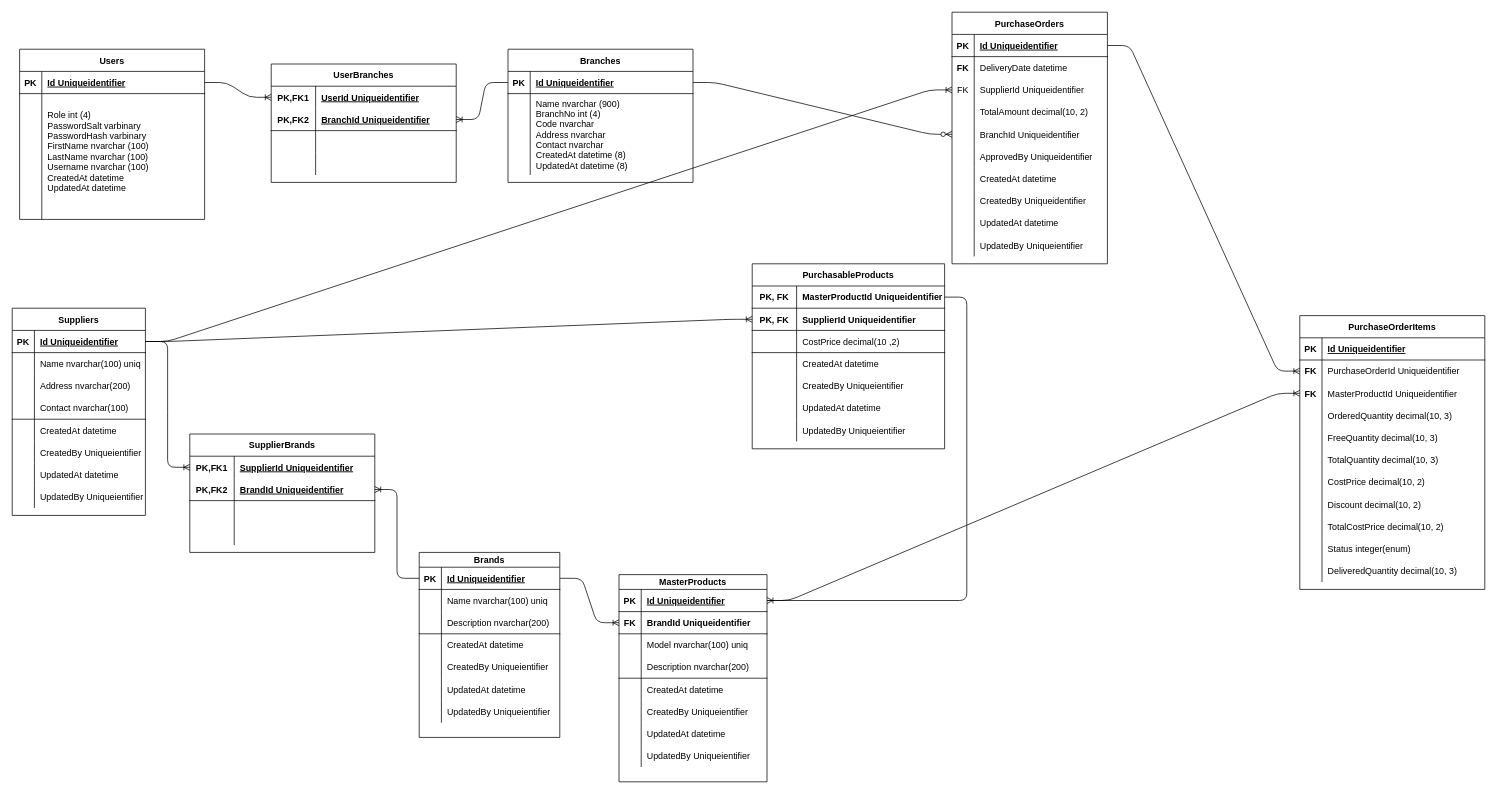
Before: diagrams/Database Diagram.drawio in inyormanjr/CA.ERP, a draw.io diagram. Source tidied: cells renumbered, new cells numbered last; positions are measured from the earlier drawing's top-left corner, leaving out a move shared by most shapes. Both pictures are drawn from the tidied source at 74%, with x=0, y=0 at pixel (12, 12).
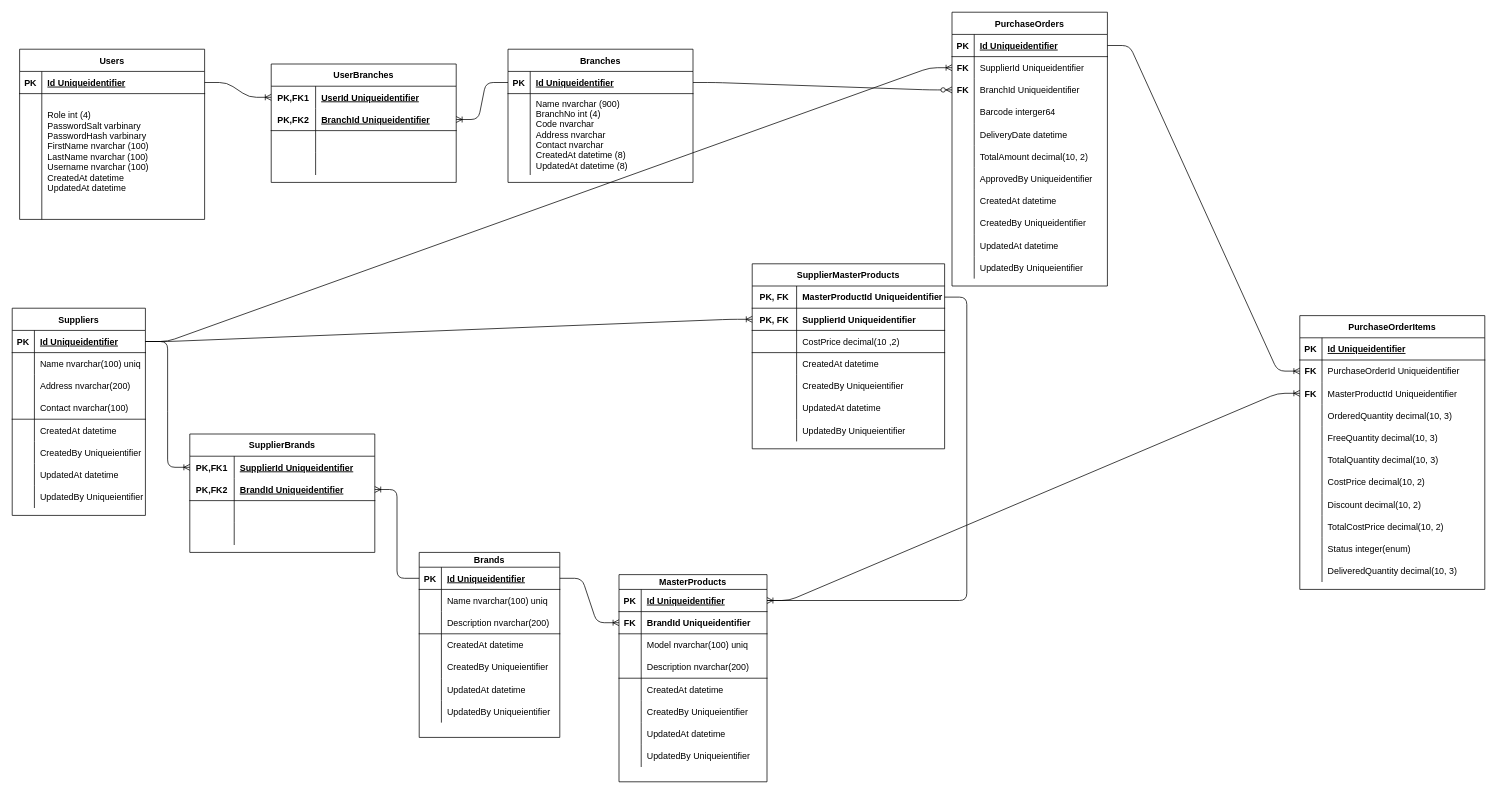
The same page after the edit.

What changed in the source:
```diff
@@
-    <mxCell id="78" value="PurchasableProducts" style="shape=table;startSize=30;childLayout=tableLayout;rowLines=0;fontStyle=1;align=center;" parent="1" vertex="1">
+    <mxCell id="78" value="SupplierMasterProducts" style="shape=table;startSize=30;childLayout=tableLayout;rowLines=0;fontStyle=1;align=center;" parent="1" vertex="1">
       <mxGeometry x="1000" y="340" width="260" height="250" as="geometry" />
     </mxCell>
@@
     <mxCell id="143" value="PurchaseOrders" style="shape=table;startSize=30;childLayout=tableLayout;rowLines=0;fontStyle=1;align=center;" parent="1" vertex="1">
-      <mxGeometry x="1270" width="210" height="340" as="geometry" />
+      <mxGeometry x="1270" width="210" height="370" as="geometry" />
     </mxCell>
@@
+    <mxCell id="150" style="shape=partialRectangle;fillColor=none;top=0;left=0;bottom=0;right=0;points=[[0,0.5],[1,0.5]];portConstraint=eastwest;" parent="143" vertex="1">
+      <mxGeometry y="60" width="210" height="30" as="geometry" />
+    </mxCell>
+    <mxCell id="151" value="FK" style="shape=partialRectangle;fillColor=none;top=0;left=0;bottom=0;right=0;overflow=hidden;fontStyle=1;" parent="150" vertex="1">
+      <mxGeometry width="30" height="30" as="geometry" />
+    </mxCell>
+    <mxCell id="152" value="SupplierId Uniqueidentifier" style="shape=partialRectangle;fillColor=none;top=0;left=0;bottom=0;right=0;align=left;spacingLeft=6;overflow=hidden;" parent="150" vertex="1">
+      <mxGeometry x="30" width="180" height="30" as="geometry" />
+    </mxCell>
+    <mxCell id="156" style="shape=partialRectangle;fillColor=none;top=0;left=0;bottom=0;right=0;points=[[0,0.5],[1,0.5]];portConstraint=eastwest;" parent="143" vertex="1">
+      <mxGeometry y="90" width="210" height="30" as="geometry" />
+    </mxCell>
+    <mxCell id="157" value="FK" style="shape=partialRectangle;fillColor=none;top=0;left=0;bottom=0;right=0;overflow=hidden;fontStyle=1;" parent="156" vertex="1">
+      <mxGeometry width="30" height="30" as="geometry" />
+    </mxCell>
+    <mxCell id="158" value="BranchId Uniqueidentifier" style="shape=partialRectangle;fillColor=none;top=0;left=0;bottom=0;right=0;align=left;spacingLeft=6;overflow=hidden;" parent="156" vertex="1">
+      <mxGeometry x="30" width="180" height="30" as="geometry" />
+    </mxCell>
+    <mxCell id="212" style="shape=partialRectangle;fillColor=none;top=0;left=0;bottom=0;right=0;" parent="143" vertex="1">
+      <mxGeometry y="120" width="210" height="30" as="geometry" />
+    </mxCell>
+    <mxCell id="213" style="shape=partialRectangle;fillColor=none;top=0;left=0;bottom=0;right=0;overflow=hidden;fontStyle=1;" parent="212" vertex="1">
+      <mxGeometry width="30" height="30" as="geometry" />
+    </mxCell>
+    <mxCell id="214" value="Barcode interger64" style="shape=partialRectangle;fillColor=none;top=0;left=0;bottom=0;right=0;align=left;spacingLeft=6;overflow=hidden;" parent="212" vertex="1">
+      <mxGeometry x="30" width="180" height="30" as="geometry" />
+    </mxCell>
     <mxCell id="147" style="shape=partialRectangle;fillColor=none;top=0;left=0;bottom=0;right=0;" parent="143" vertex="1">
-      <mxGeometry y="60" width="210" height="30" as="geometry" />
+      <mxGeometry y="150" width="210" height="30" as="geometry" />
     </mxCell>
-    <mxCell id="148" value="FK" style="shape=partialRectangle;fillColor=none;top=0;left=0;bottom=0;right=0;overflow=hidden;fontStyle=1;" parent="147" vertex="1">
+    <mxCell id="148" style="shape=partialRectangle;fillColor=none;top=0;left=0;bottom=0;right=0;overflow=hidden;fontStyle=1;" parent="147" vertex="1">
       <mxGeometry width="30" height="30" as="geometry" />
     </mxCell>
@@
-    <mxCell id="150" style="shape=partialRectangle;fillColor=none;top=0;left=0;bottom=0;right=0;points=[[0,0.5],[1,0.5]];portConstraint=eastwest;" parent="143" vertex="1">
-      <mxGeometry y="90" width="210" height="30" as="geometry" />
-    </mxCell>
-    <mxCell id="151" value="FK" style="shape=partialRectangle;fillColor=none;top=0;left=0;bottom=0;right=0;overflow=hidden;" parent="150" vertex="1">
-      <mxGeometry width="30" height="30" as="geometry" />
-    </mxCell>
-    <mxCell id="152" value="SupplierId Uniqueidentifier" style="shape=partialRectangle;fillColor=none;top=0;left=0;bottom=0;right=0;align=left;spacingLeft=6;overflow=hidden;" parent="150" vertex="1">
-      <mxGeometry x="30" width="180" height="30" as="geometry" />
-    </mxCell>
     <mxCell id="153" style="shape=partialRectangle;fillColor=none;top=0;left=0;bottom=0;right=0;" parent="143" vertex="1">
-      <mxGeometry y="120" width="210" height="30" as="geometry" />
+      <mxGeometry y="180" width="210" height="30" as="geometry" />
     </mxCell>
@@
-    <mxCell id="156" style="shape=partialRectangle;fillColor=none;top=0;left=0;bottom=0;right=0;points=[[0,0.5],[1,0.5]];portConstraint=eastwest;" parent="143" vertex="1">
-      <mxGeometry y="150" width="210" height="30" as="geometry" />
-    </mxCell>
-    <mxCell id="157" style="shape=partialRectangle;fillColor=none;top=0;left=0;bottom=0;right=0;overflow=hidden;" parent="156" vertex="1">
-      <mxGeometry width="30" height="30" as="geometry" />
-    </mxCell>
-    <mxCell id="158" value="BranchId Uniqueidentifier" style="shape=partialRectangle;fillColor=none;top=0;left=0;bottom=0;right=0;align=left;spacingLeft=6;overflow=hidden;" parent="156" vertex="1">
-      <mxGeometry x="30" width="180" height="30" as="geometry" />
-    </mxCell>
     <mxCell id="159" style="shape=partialRectangle;fillColor=none;top=0;left=0;bottom=0;right=0;" parent="143" vertex="1">
-      <mxGeometry y="180" width="210" height="30" as="geometry" />
+      <mxGeometry y="210" width="210" height="30" as="geometry" />
     </mxCell>
@@
     <mxCell id="162" style="shape=partialRectangle;fillColor=none;top=0;left=0;bottom=0;right=0;" parent="143" vertex="1">
-      <mxGeometry y="210" width="210" height="30" as="geometry" />
+      <mxGeometry y="240" width="210" height="30" as="geometry" />
     </mxCell>
@@
     <mxCell id="165" style="shape=partialRectangle;fillColor=none;top=0;left=0;bottom=0;right=0;" parent="143" vertex="1">
-      <mxGeometry y="240" width="210" height="30" as="geometry" />
+      <mxGeometry y="270" width="210" height="30" as="geometry" />
     </mxCell>
@@
     <mxCell id="168" style="shape=partialRectangle;fillColor=none;top=0;left=0;bottom=0;right=0;" parent="143" vertex="1">
-      <mxGeometry y="270" width="210" height="30" as="geometry" />
+      <mxGeometry y="300" width="210" height="30" as="geometry" />
     </mxCell>
@@
     <mxCell id="171" style="shape=partialRectangle;fillColor=none;top=0;left=0;bottom=0;right=0;" parent="143" vertex="1">
-      <mxGeometry y="300" width="210" height="30" as="geometry" />
+      <mxGeometry y="330" width="210" height="30" as="geometry" />
     </mxCell>
```
